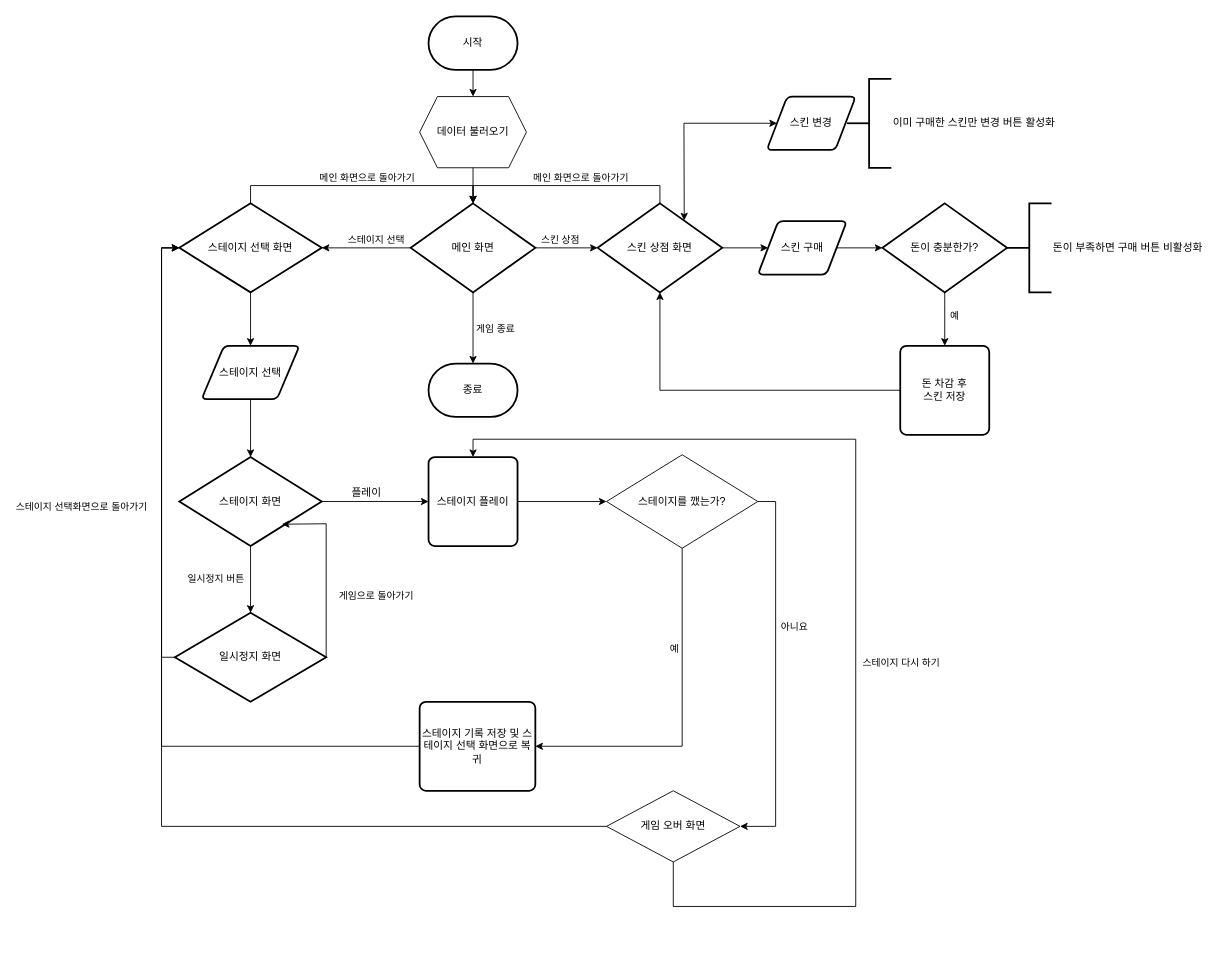
This is Assets/DataForPortfolio/디어 마이 프렌드 흐름도.drawio from shk1125/DeerMyFriend, a draw.io file, before an edit. Source tidied: cells renumbered, new cells numbered last; positions are measured from the earlier drawing's top-left corner, leaving out a move shared by most shapes. Both pictures are drawn from the tidied source at 89%, with x=0, y=0 at pixel (161, 16).
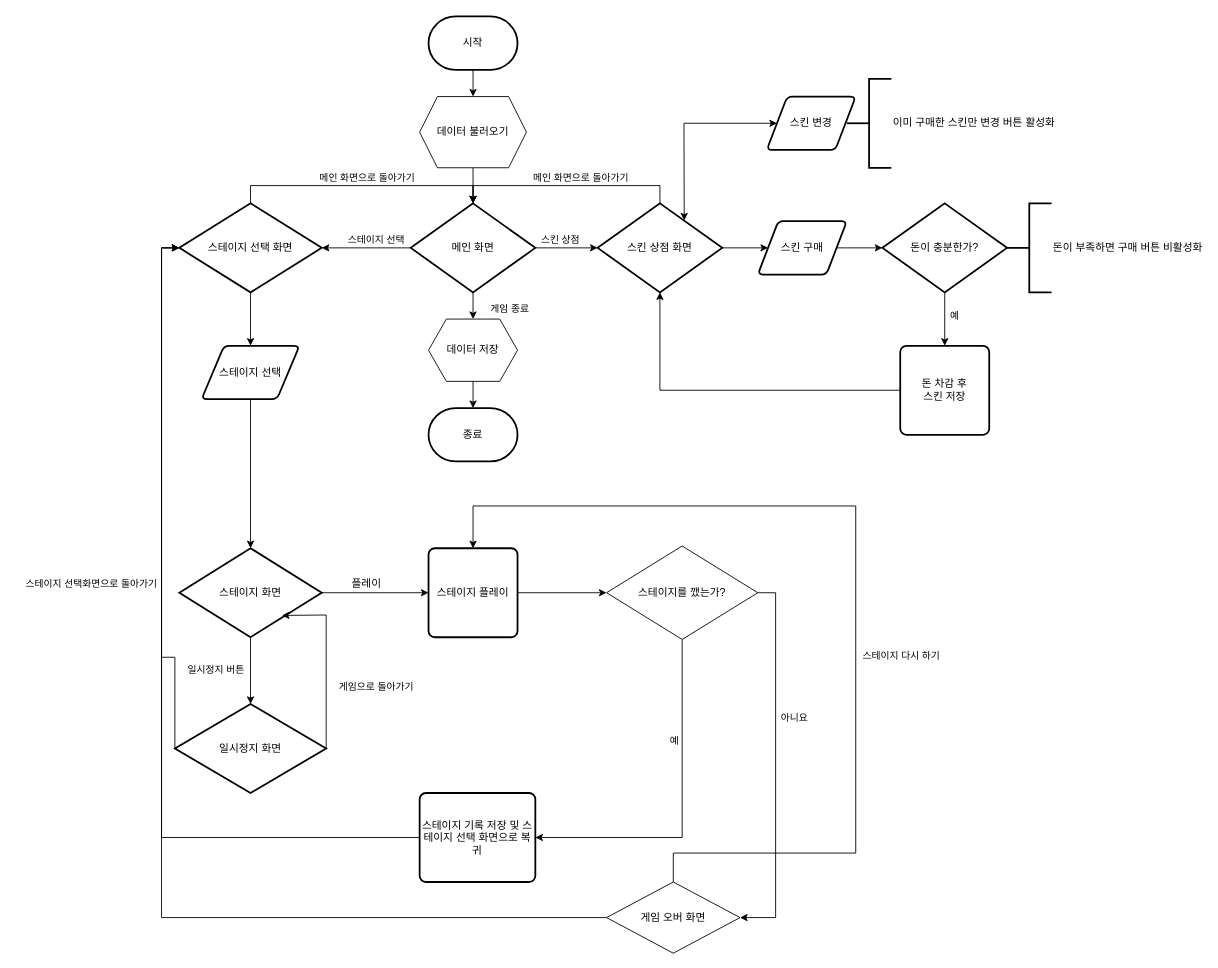
Above is the later version.

Commit message (it also covers changes not shown here):
Deer My Friend 1.0.3

포트폴리오 프로젝트 Deer My Friend(내 친구 사슴) 1.0.3 커밋 : 포트폴리오용 순서도 수정

Unchanged cells that the change refers to:
```xml
<mxCell id="11" value="메인 화면" style="strokeWidth=2;html=1;shape=mxgraph.flowchart.decision;whiteSpace=wrap;" parent="1" vertex="1">
  <mxGeometry x="280" y="210" width="140" height="100" as="geometry" />
</mxCell>
```

The edit, as a diff of the source:
```diff
@@
-    <mxCell id="3" style="endArrow=classic;html=1;rounded=0;exitX=0.5;exitY=1;exitDx=0;exitDy=0;exitPerimeter=0;entryX=0.5;entryY=0;entryDx=0;entryDy=0;entryPerimeter=0;" parent="1" edge="1" source="11" target="6">
+    <mxCell id="3" style="endArrow=classic;html=1;rounded=0;exitX=0.5;exitY=1;exitDx=0;exitDy=0;exitPerimeter=0;entryX=0.5;entryY=0;entryDx=0;entryDy=0;" parent="1" edge="1" source="11" target="58">
       <mxGeometry relative="1" as="geometry" />
     </mxCell>
     <mxCell id="4" value="게임 종료" style="edgeLabel;html=1;align=center;verticalAlign=middle;" parent="3" vertex="1">
       <mxGeometry x="0.75" y="2" relative="1" as="geometry">
-        <mxPoint x="22" y="-30" as="offset" />
+        <mxPoint x="38" y="-9" as="offset" />
       </mxGeometry>
     </mxCell>
@@
     <mxCell id="6" value="종료" style="strokeWidth=2;html=1;shape=mxgraph.flowchart.terminator;whiteSpace=wrap;" parent="1" vertex="1">
-      <mxGeometry x="300" y="390" width="100" height="60" as="geometry" />
+      <mxGeometry x="300" y="440" width="100" height="60" as="geometry" />
     </mxCell>
@@
     <mxCell id="30" value="스테이지 플레이" style="rounded=1;whiteSpace=wrap;html=1;absoluteArcSize=1;arcSize=14;strokeWidth=2;" parent="1" vertex="1">
-      <mxGeometry x="300" y="495" width="100" height="100" as="geometry" />
+      <mxGeometry x="300" y="597.5" width="100" height="100" as="geometry" />
     </mxCell>
@@
     <mxCell id="34" value="스테이지 화면" style="strokeWidth=2;html=1;shape=mxgraph.flowchart.decision;whiteSpace=wrap;" parent="1" vertex="1">
-      <mxGeometry x="20" y="495" width="160" height="100" as="geometry" />
+      <mxGeometry x="20" y="597.5" width="160" height="100" as="geometry" />
     </mxCell>
@@
     <mxCell id="40" value="스테이지를 깼는가?" style="rhombus;whiteSpace=wrap;html=1;" parent="1" vertex="1">
-      <mxGeometry x="500" y="492.5" width="170" height="105" as="geometry" />
+      <mxGeometry x="500" y="595" width="170" height="105" as="geometry" />
     </mxCell>
     <mxCell id="41" value="스테이지 기록 저장 및 스테이지 선택 화면으로 복귀" style="rounded=1;whiteSpace=wrap;html=1;absoluteArcSize=1;arcSize=14;strokeWidth=2;" parent="1" vertex="1">
-      <mxGeometry x="290" y="770" width="130" height="100" as="geometry" />
+      <mxGeometry x="290" y="872.5" width="130" height="100" as="geometry" />
     </mxCell>
@@
-    <mxCell id="43" style="edgeStyle=orthogonalEdgeStyle;rounded=0;jettySize=auto;html=1;exitX=0.5;exitY=1;exitDx=0;exitDy=0;entryX=0.5;entryY=0;entryDx=0;entryDy=0;" parent="1" edge="1" source="45" target="30">
+    <mxCell id="43" style="edgeStyle=orthogonalEdgeStyle;rounded=0;jettySize=auto;html=1;exitX=0.5;exitY=0;exitDx=0;exitDy=0;entryX=0.5;entryY=0;entryDx=0;entryDy=0;" parent="1" edge="1" source="45" target="30">
       <mxGeometry relative="1" as="geometry">
         <Array as="points">
-          <mxPoint x="575" y="1000" />
-          <mxPoint x="780" y="1000" />
-          <mxPoint x="780" y="475" />
-          <mxPoint x="350" y="475" />
+          <mxPoint x="575" y="940" />
+          <mxPoint x="780" y="940" />
+          <mxPoint x="780" y="550" />
+          <mxPoint x="350" y="550" />
         </Array>
       </mxGeometry>
     </mxCell>
@@
     <mxCell id="45" value="게임 오버 화면" style="rhombus;whiteSpace=wrap;html=1;" parent="1" vertex="1">
-      <mxGeometry x="500" y="870" width="150" height="80" as="geometry" />
+      <mxGeometry x="500" y="972.5" width="150" height="80" as="geometry" />
     </mxCell>
@@
     <mxCell id="50" value="일시정지 화면" style="strokeWidth=2;html=1;shape=mxgraph.flowchart.decision;whiteSpace=wrap;" parent="1" vertex="1">
-      <mxGeometry x="15" y="670" width="170" height="100" as="geometry" />
+      <mxGeometry x="15" y="772.5" width="170" height="100" as="geometry" />
     </mxCell>
@@
     <mxCell id="55" style="endArrow=classic;html=1;rounded=0;exitX=1;exitY=0.5;exitDx=0;exitDy=0;exitPerimeter=0;entryX=0.72;entryY=0.755;entryDx=0;entryDy=0;entryPerimeter=0;" parent="1" edge="1" source="50" target="34">
       <mxGeometry relative="1" as="geometry">
         <Array as="points">
-          <mxPoint x="185" y="570" />
+          <mxPoint x="185" y="672.5" />
         </Array>
       </mxGeometry>
     </mxCell>
@@
     <mxCell id="57" value="플레이" style="text;html=1;align=center;verticalAlign=middle;strokeColor=none;fillColor=none;" parent="1" vertex="1">
-      <mxGeometry x="200" y="520" width="60" height="30" as="geometry" />
+      <mxGeometry x="200" y="622.5" width="60" height="30" as="geometry" />
     </mxCell>
+    <mxCell id="58" value="데이터 저장" style="shape=hexagon;perimeter=hexagonPerimeter2;whiteSpace=wrap;html=1;fixedSize=1;" parent="1" vertex="1">
+      <mxGeometry x="300" y="340" width="100" height="70" as="geometry" />
+    </mxCell>
+    <mxCell id="59" style="edgeStyle=orthogonalEdgeStyle;rounded=0;jettySize=auto;html=1;exitX=0.5;exitY=1;exitDx=0;exitDy=0;entryX=0.5;entryY=0;entryDx=0;entryDy=0;entryPerimeter=0;" parent="1" edge="1" source="58" target="6">
+      <mxGeometry relative="1" as="geometry" />
+    </mxCell>
```
